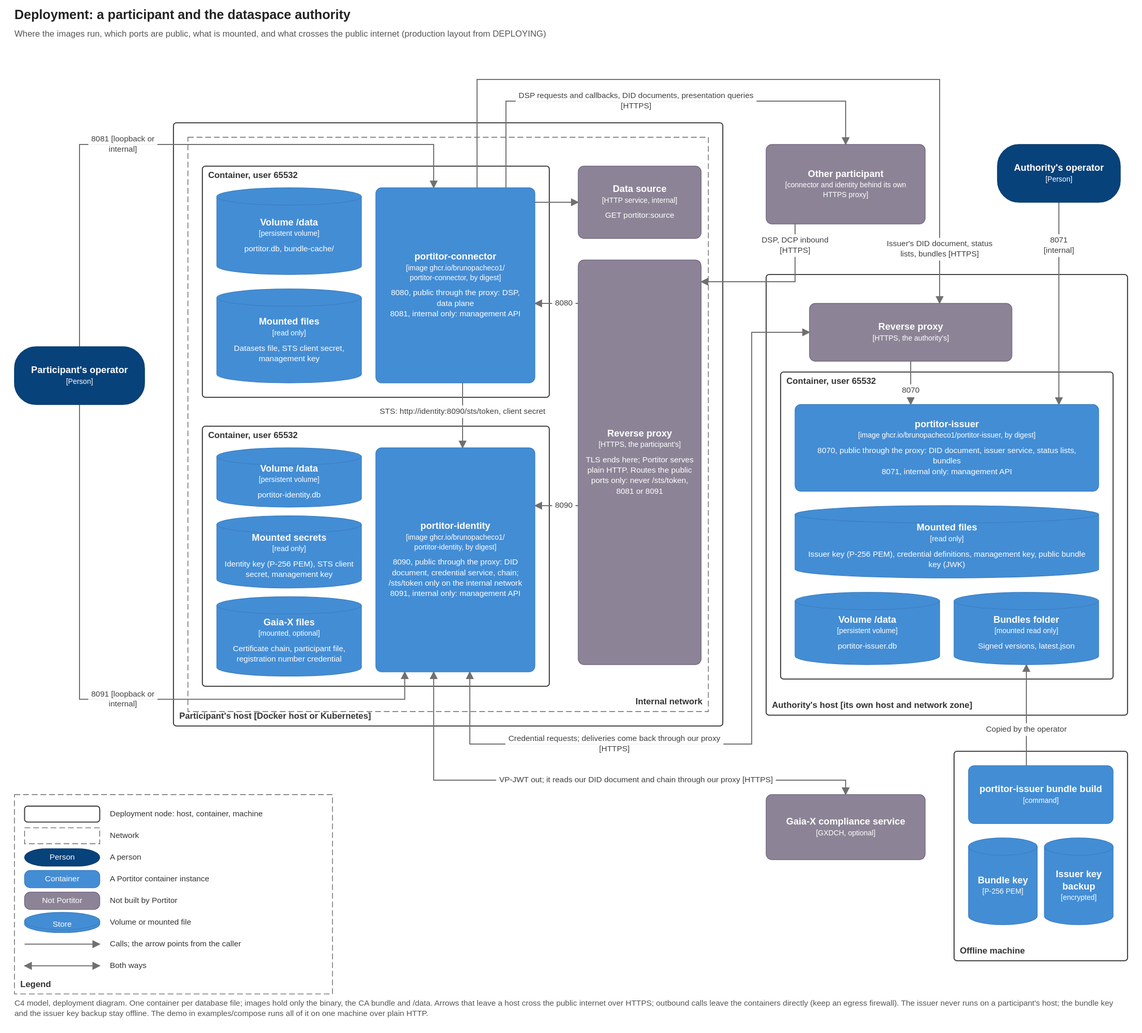
Earlier version of the draw.io export docs/diagrams/deployment.drawio.svg (brunopacheco1/portitor). Source tidied: cells renumbered, new cells last; positions are measured from the earlier drawing's top-left corner, leaving out a move shared by most shapes.
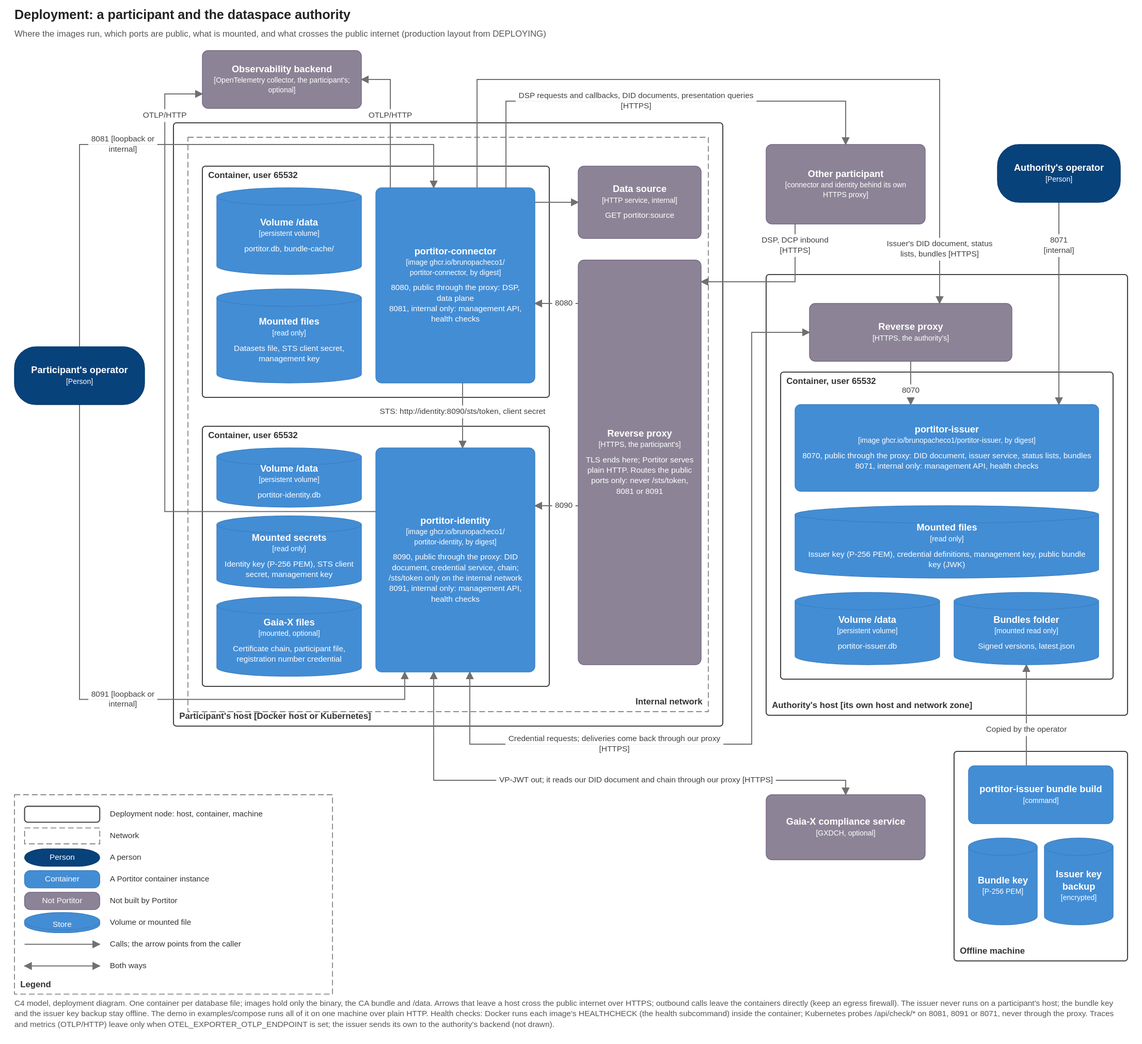
The same diagram one commit later.

Commit message:
Diagrams for 0.9: health checks and the optional observability backend

Diff of the diagram source:
```diff
@@ -130,7 +130,7 @@
     <mxCell id="30" value="&lt;b&gt;Participant&amp;#x27;s operator&lt;/b&gt;&lt;br&gt;&lt;font style=&quot;font-size:10px&quot;&gt;[Person]&lt;/font&gt;" style="rounded=1;arcSize=30;whiteSpace=wrap;html=1;fillColor=#08427B;strokeColor=#073B6F;fontColor=#FFFFFF;fontSize=13;align=center;verticalAlign=middle;c4Kind=person;c4Name=Participant's operator;" parent="1" vertex="1">
       <mxGeometry y="470" width="180" height="80" as="geometry" />
     </mxCell>
-    <mxCell id="31" value="&lt;b&gt;portitor-connector&lt;/b&gt;&lt;br&gt;&lt;font style=&quot;font-size:10px&quot;&gt;[image ghcr.io/brunopacheco1/ portitor-connector, by digest]&lt;/font&gt;&lt;br&gt;&lt;br&gt;&lt;font style=&quot;font-size:11px&quot;&gt;8080, public through the proxy: DSP, data plane&lt;/font&gt;&lt;br&gt;&lt;font style=&quot;font-size:11px&quot;&gt;8081, internal only: management API&lt;/font&gt;" style="rounded=1;arcSize=8;whiteSpace=wrap;html=1;fillColor=#438DD5;strokeColor=#3C7FC0;fontColor=#FFFFFF;fontSize=13;align=center;verticalAlign=middle;c4Kind=container;c4Name=portitor-connector;" parent="1" vertex="1">
+    <mxCell id="31" value="&lt;b&gt;portitor-connector&lt;/b&gt;&lt;br&gt;&lt;font style=&quot;font-size:10px&quot;&gt;[image ghcr.io/brunopacheco1/ portitor-connector, by digest]&lt;/font&gt;&lt;br&gt;&lt;br&gt;&lt;font style=&quot;font-size:11px&quot;&gt;8080, public through the proxy: DSP, data plane&lt;/font&gt;&lt;br&gt;&lt;font style=&quot;font-size:11px&quot;&gt;8081, internal only: management API, health checks&lt;/font&gt;" style="rounded=1;arcSize=8;whiteSpace=wrap;html=1;fillColor=#438DD5;strokeColor=#3C7FC0;fontColor=#FFFFFF;fontSize=13;align=center;verticalAlign=middle;c4Kind=container;c4Name=portitor-connector;" parent="1" vertex="1">
       <mxGeometry x="500" y="250" width="220" height="270" as="geometry" />
     </mxCell>
     <mxCell id="32" value="&lt;b&gt;Volume /data&lt;/b&gt;&lt;br&gt;&lt;font style=&quot;font-size:10px&quot;&gt;[persistent volume]&lt;/font&gt;&lt;br&gt;&lt;br&gt;&lt;font style=&quot;font-size:11px&quot;&gt;portitor.db, bundle-cache/&lt;/font&gt;" style="shape=cylinder3;size=12;boundedLbl=1;whiteSpace=wrap;html=1;fillColor=#438DD5;strokeColor=#3C7FC0;fontColor=#FFFFFF;fontSize=13;align=center;verticalAlign=middle;c4Kind=database;c4Name=Volume /data;" parent="1" vertex="1">
@@ -139,7 +139,7 @@
     <mxCell id="33" value="&lt;b&gt;Mounted files&lt;/b&gt;&lt;br&gt;&lt;font style=&quot;font-size:10px&quot;&gt;[read only]&lt;/font&gt;&lt;br&gt;&lt;br&gt;&lt;font style=&quot;font-size:11px&quot;&gt;Datasets file, STS client secret, management key&lt;/font&gt;" style="shape=cylinder3;size=12;boundedLbl=1;whiteSpace=wrap;html=1;fillColor=#438DD5;strokeColor=#3C7FC0;fontColor=#FFFFFF;fontSize=13;align=center;verticalAlign=middle;c4Kind=database;c4Name=Mounted files;" parent="1" vertex="1">
       <mxGeometry x="280" y="390" width="200" height="130" as="geometry" />
     </mxCell>
-    <mxCell id="34" value="&lt;b&gt;portitor-identity&lt;/b&gt;&lt;br&gt;&lt;font style=&quot;font-size:10px&quot;&gt;[image ghcr.io/brunopacheco1/ portitor-identity, by digest]&lt;/font&gt;&lt;br&gt;&lt;br&gt;&lt;font style=&quot;font-size:11px&quot;&gt;8090, public through the proxy: DID document, credential service, chain; /sts/token only on the internal network&lt;/font&gt;&lt;br&gt;&lt;font style=&quot;font-size:11px&quot;&gt;8091, internal only: management API&lt;/font&gt;" style="rounded=1;arcSize=8;whiteSpace=wrap;html=1;fillColor=#438DD5;strokeColor=#3C7FC0;fontColor=#FFFFFF;fontSize=13;align=center;verticalAlign=middle;c4Kind=container;c4Name=portitor-identity;" parent="1" vertex="1">
+    <mxCell id="34" value="&lt;b&gt;portitor-identity&lt;/b&gt;&lt;br&gt;&lt;font style=&quot;font-size:10px&quot;&gt;[image ghcr.io/brunopacheco1/ portitor-identity, by digest]&lt;/font&gt;&lt;br&gt;&lt;br&gt;&lt;font style=&quot;font-size:11px&quot;&gt;8090, public through the proxy: DID document, credential service, chain; /sts/token only on the internal network&lt;/font&gt;&lt;br&gt;&lt;font style=&quot;font-size:11px&quot;&gt;8091, internal only: management API, health checks&lt;/font&gt;" style="rounded=1;arcSize=8;whiteSpace=wrap;html=1;fillColor=#438DD5;strokeColor=#3C7FC0;fontColor=#FFFFFF;fontSize=13;align=center;verticalAlign=middle;c4Kind=container;c4Name=portitor-identity;" parent="1" vertex="1">
       <mxGeometry x="500" y="610" width="220" height="310" as="geometry" />
     </mxCell>
     <mxCell id="35" value="&lt;b&gt;Volume /data&lt;/b&gt;&lt;br&gt;&lt;font style=&quot;font-size:10px&quot;&gt;[persistent volume]&lt;/font&gt;&lt;br&gt;&lt;br&gt;&lt;font style=&quot;font-size:11px&quot;&gt;portitor-identity.db&lt;/font&gt;" style="shape=cylinder3;size=12;boundedLbl=1;whiteSpace=wrap;html=1;fillColor=#438DD5;strokeColor=#3C7FC0;fontColor=#FFFFFF;fontSize=13;align=center;verticalAlign=middle;c4Kind=database;c4Name=Volume /data;" parent="1" vertex="1">
@@ -169,7 +169,7 @@
     <mxCell id="43" value="&lt;b&gt;Reverse proxy&lt;/b&gt;&lt;br&gt;&lt;font style=&quot;font-size:10px&quot;&gt;[HTTPS, the authority&amp;#x27;s]&lt;/font&gt;" style="rounded=1;arcSize=8;whiteSpace=wrap;html=1;fillColor=#8C8496;strokeColor=#736782;fontColor=#FFFFFF;fontSize=13;align=center;verticalAlign=middle;c4Kind=external;c4Name=Reverse proxy;" parent="1" vertex="1">
       <mxGeometry x="1100" y="410" width="280" height="80" as="geometry" />
     </mxCell>
-    <mxCell id="44" value="&lt;b&gt;portitor-issuer&lt;/b&gt;&lt;br&gt;&lt;font style=&quot;font-size:10px&quot;&gt;[image ghcr.io/brunopacheco1/portitor-issuer, by digest]&lt;/font&gt;&lt;br&gt;&lt;br&gt;&lt;font style=&quot;font-size:11px&quot;&gt;8070, public through the proxy: DID document, issuer service, status lists, bundles&lt;/font&gt;&lt;br&gt;&lt;font style=&quot;font-size:11px&quot;&gt;8071, internal only: management API&lt;/font&gt;" style="rounded=1;arcSize=8;whiteSpace=wrap;html=1;fillColor=#438DD5;strokeColor=#3C7FC0;fontColor=#FFFFFF;fontSize=13;align=center;verticalAlign=middle;c4Kind=container;c4Name=portitor-issuer;" parent="1" vertex="1">
+    <mxCell id="44" value="&lt;b&gt;portitor-issuer&lt;/b&gt;&lt;br&gt;&lt;font style=&quot;font-size:10px&quot;&gt;[image ghcr.io/brunopacheco1/portitor-issuer, by digest]&lt;/font&gt;&lt;br&gt;&lt;br&gt;&lt;font style=&quot;font-size:11px&quot;&gt;8070, public through the proxy: DID document, issuer service, status lists, bundles&lt;/font&gt;&lt;br&gt;&lt;font style=&quot;font-size:11px&quot;&gt;8071, internal only: management API, health checks&lt;/font&gt;" style="rounded=1;arcSize=8;whiteSpace=wrap;html=1;fillColor=#438DD5;strokeColor=#3C7FC0;fontColor=#FFFFFF;fontSize=13;align=center;verticalAlign=middle;c4Kind=container;c4Name=portitor-issuer;" parent="1" vertex="1">
       <mxGeometry x="1080" y="550" width="420" height="120" as="geometry" />
     </mxCell>
     <mxCell id="45" value="&lt;b&gt;Mounted files&lt;/b&gt;&lt;br&gt;&lt;font style=&quot;font-size:10px&quot;&gt;[read only]&lt;/font&gt;&lt;br&gt;&lt;br&gt;&lt;font style=&quot;font-size:11px&quot;&gt;Issuer key (P-256 PEM), credential definitions, management key, public bundle key (JWK)&lt;/font&gt;" style="shape=cylinder3;size=12;boundedLbl=1;whiteSpace=wrap;html=1;fillColor=#438DD5;strokeColor=#3C7FC0;fontColor=#FFFFFF;fontSize=13;align=center;verticalAlign=middle;c4Kind=database;c4Name=Mounted files;" parent="1" vertex="1">
@@ -226,8 +226,26 @@
     <mxCell id="62" value="Both ways" style="text;html=1;align=left;verticalAlign=top;fontSize=11;fontStyle=0;fontColor=#333333;whiteSpace=wrap;" parent="1" vertex="1">
       <mxGeometry x="132" y="1318" width="292" height="18.5" as="geometry" />
     </mxCell>
-    <mxCell id="63" value="C4 model, deployment diagram. One container per database file; images hold only the binary, the CA bundle and /data. Arrows that leave a host cross the public internet over HTTPS; outbound calls leave the containers directly (keep an egress firewall). The issuer never runs on a participant's host; the bundle key and the issuer key backup stay offline. The demo in examples/compose runs all of it on one machine over plain HTTP." style="text;html=1;align=left;verticalAlign=top;fontSize=11;fontStyle=0;fontColor=#555555;whiteSpace=wrap;" parent="1" vertex="1">
-      <mxGeometry y="1370" width="1540" height="33" as="geometry" />
+    <mxCell id="63" value="C4 model, deployment diagram. One container per database file; images hold only the binary, the CA bundle and /data. Arrows that leave a host cross the public internet over HTTPS; outbound calls leave the containers directly (keep an egress firewall). The issuer never runs on a participant's host; the bundle key and the issuer key backup stay offline. The demo in examples/compose runs all of it on one machine over plain HTTP. Health checks: Docker runs each image's HEALTHCHECK (the health subcommand) inside the container; Kubernetes probes /api/check/* on 8081, 8091 or 8071, never through the proxy. Traces and metrics (OTLP/HTTP) leave only when OTEL_EXPORTER_OTLP_ENDPOINT is set; the issuer sends its own to the authority's backend (not drawn)." style="text;html=1;align=left;verticalAlign=top;fontSize=11;fontStyle=0;fontColor=#555555;whiteSpace=wrap;" parent="1" vertex="1">
+      <mxGeometry y="1370" width="1540" height="47.5" as="geometry" />
     </mxCell>
+    <mxCell id="64" value="&lt;b&gt;Observability backend&lt;/b&gt;&lt;br&gt;&lt;font style=&quot;font-size:10px&quot;&gt;[OpenTelemetry collector, the participant&amp;#x27;s; optional]&lt;/font&gt;" style="rounded=1;arcSize=8;whiteSpace=wrap;html=1;fillColor=#8C8496;strokeColor=#736782;fontColor=#FFFFFF;fontSize=13;align=center;verticalAlign=middle;c4Kind=external;c4Name=Observability backend;" parent="1" vertex="1">
+      <mxGeometry x="260" y="60" width="220" height="80" as="geometry" />
+    </mxCell>
+    <mxCell id="65" value="OTLP/HTTP" style="endArrow=blockThin;endFill=1;html=1;rounded=0;strokeColor=#707070;fontSize=11;fontColor=#404040;labelBackgroundColor=#FFFFFF;exitX=0.091;exitY=0.000;exitPerimeter=0;entryX=1.000;entryY=0.500;entryPerimeter=0;" parent="1" edge="1" source="31" target="64">
+      <mxGeometry x="0.05" relative="1" as="geometry">
+        <Array as="points">
+          <mxPoint x="520" y="100" />
+        </Array>
+      </mxGeometry>
+    </mxCell>
+    <mxCell id="66" value="OTLP/HTTP" style="endArrow=blockThin;endFill=1;html=1;rounded=0;strokeColor=#707070;fontSize=11;fontColor=#404040;labelBackgroundColor=#FFFFFF;exitX=0.000;exitY=0.284;exitPerimeter=0;entryX=0.000;entryY=0.750;entryPerimeter=0;" parent="1" edge="1" source="34" target="64">
+      <mxGeometry x="0.82" relative="1" as="geometry">
+        <Array as="points">
+          <mxPoint x="208" y="698" />
+          <mxPoint x="208" y="120" />
+        </Array>
+      </mxGeometry>
+    </mxCell>
   </root>
 </mxGraphModel>
```
